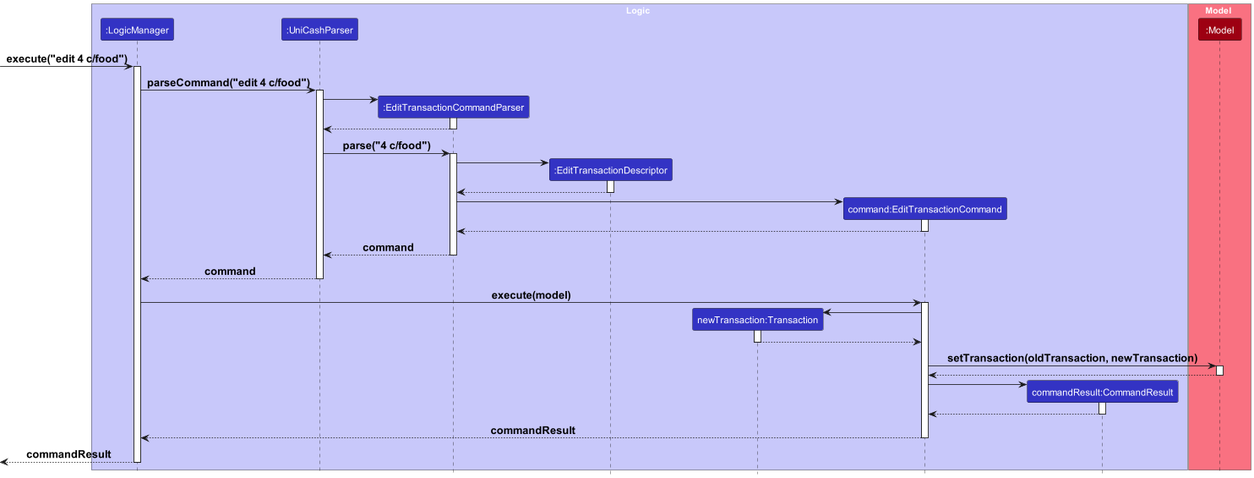
Before: docs/images/unicash/EditTransactionSequenceDiagram.png, a diagram exported from PlantUML (sp4ce-cowboy/tp). Source of this version:
```plantuml
@startuml
!include ../style.puml

skinparam arrow {
    FontSize 16
}

box Logic LOGIC_COLOR_T1
participant ":LogicManager" as LogicManager LOGIC_COLOR
participant ":UniCashParser" as UniCashParser LOGIC_COLOR
participant ":EditTransactionCommandParser" as EditTransactionCommandParser LOGIC_COLOR
participant ":EditTransactionDescriptor" as EditTransactionDescriptor LOGIC_COLOR
participant "newTransaction:Transaction" as Transaction LOGIC_COLOR
participant "command:EditTransactionCommand" as EditTransactionCommand LOGIC_COLOR
participant "commandResult:CommandResult" as CommandResult LOGIC_COLOR

end box

box Model MODEL_COLOR_T1
participant ":Model" as Model MODEL_COLOR
end box

[-> LogicManager : execute("edit 4 c/food")
activate LogicManager

LogicManager -> UniCashParser : parseCommand("edit 4 c/food")
activate UniCashParser

create EditTransactionCommandParser
UniCashParser -> EditTransactionCommandParser
activate EditTransactionCommandParser

EditTransactionCommandParser --> UniCashParser
deactivate EditTransactionCommandParser

UniCashParser -> EditTransactionCommandParser : parse("4 c/food")
activate EditTransactionCommandParser

create EditTransactionDescriptor
EditTransactionCommandParser -> EditTransactionDescriptor
activate EditTransactionDescriptor

EditTransactionDescriptor --> EditTransactionCommandParser
deactivate EditTransactionDescriptor

create EditTransactionCommand
EditTransactionCommandParser -> EditTransactionCommand
activate EditTransactionCommand

EditTransactionCommand --> EditTransactionCommandParser
deactivate EditTransactionCommand

EditTransactionCommandParser --> UniCashParser : command
deactivate EditTransactionCommandParser

UniCashParser --> LogicManager : command
deactivate UniCashParser

LogicManager -> EditTransactionCommand : execute(model)
activate EditTransactionCommand

create Transaction
EditTransactionCommand -> Transaction
activate Transaction

Transaction --> EditTransactionCommand
deactivate Transaction

EditTransactionCommand -> Model : setTransaction(oldTransaction, newTransaction)
activate Model

Model --> EditTransactionCommand
deactivate Model

create CommandResult
EditTransactionCommand -> CommandResult
activate CommandResult

CommandResult --> EditTransactionCommand
deactivate CommandResult

EditTransactionCommand --> LogicManager : commandResult
deactivate EditTransactionCommand

[<--LogicManager : commandResult
deactivate LogicManager
@enduml
```
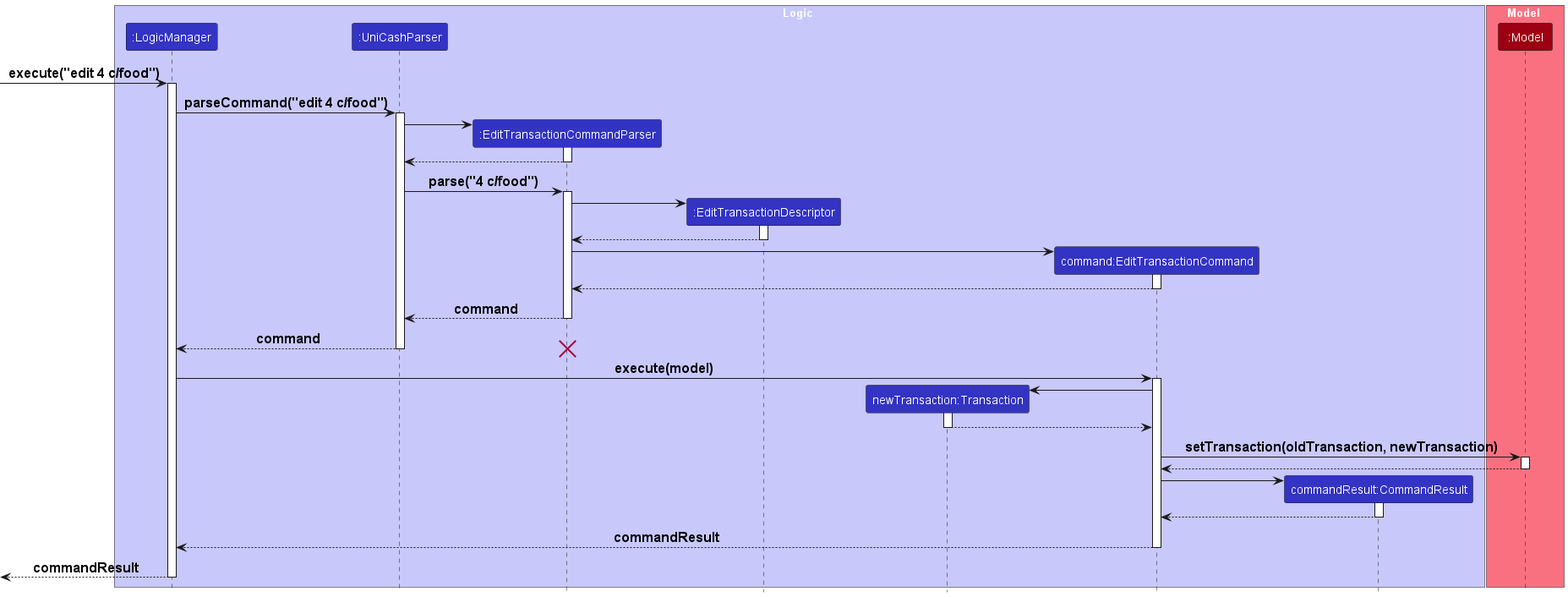
Later version of the same file.

Commit message:
Fix edit sequence diagram to terminate edit parser

What changed in the source:
```diff
@@ -55,6 +55,7 @@
 
 UniCashParser --> LogicManager : command
 deactivate UniCashParser
+destroy EditTransactionCommandParser
 
 LogicManager -> EditTransactionCommand : execute(model)
 activate EditTransactionCommand
```
